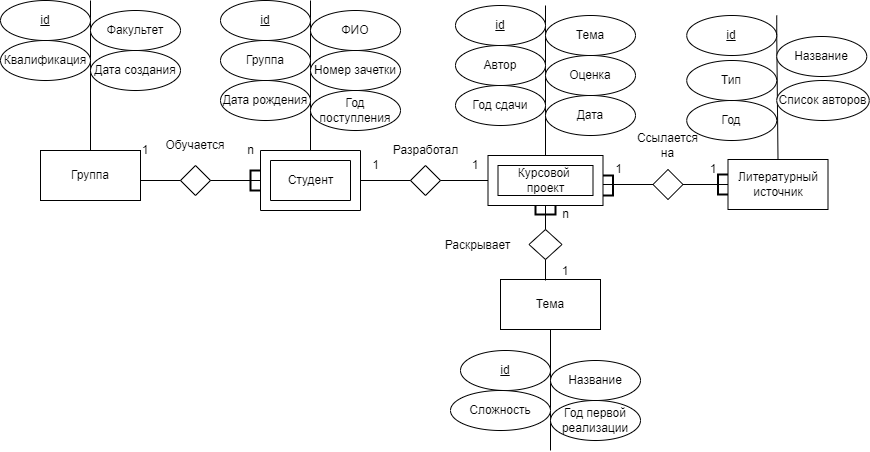
This is tex/img/ER.png from CutNGrap/ics7-db-cw, a draw.io export, as it was before one commit. Source tidied: cells renumbered, new cells last; positions are measured from the earlier drawing's top-left corner, leaving out a move shared by most shapes.
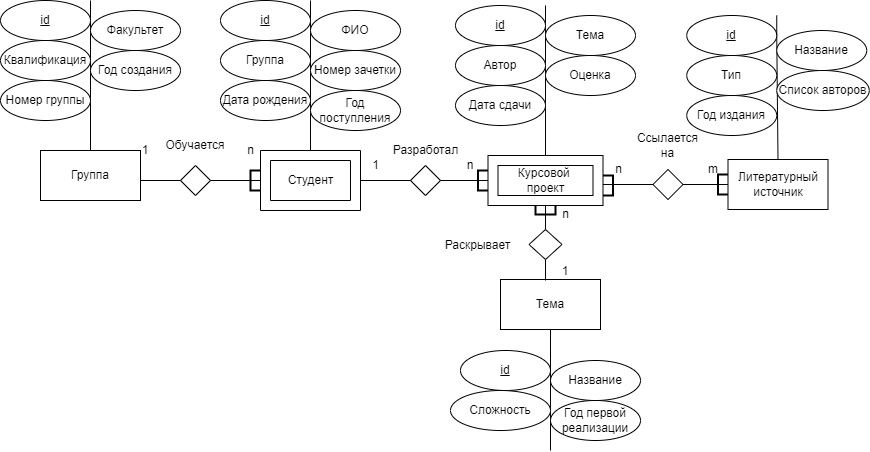
The same file after the commit.

Change to the diagram source:
```diff
@@ -73,8 +73,8 @@
     <mxCell id="22" value="Разработал" style="text;html=1;align=center;verticalAlign=middle;strokeColor=none;fillColor=none;" parent="1" vertex="1">
       <mxGeometry x="380" y="135" width="90" height="30" as="geometry" />
     </mxCell>
-    <mxCell id="23" value="1" style="text;html=1;strokeColor=none;fillColor=none;align=center;verticalAlign=middle;whiteSpace=wrap;rounded=0;" parent="1" vertex="1">
-      <mxGeometry x="460" y="150" width="30" height="30" as="geometry" />
+    <mxCell id="23" value="n" style="text;html=1;strokeColor=none;fillColor=none;align=center;verticalAlign=middle;whiteSpace=wrap;rounded=0;" parent="1" vertex="1">
+      <mxGeometry x="455" y="150" width="30" height="30" as="geometry" />
     </mxCell>
     <mxCell id="24" value="1" style="text;html=1;align=center;verticalAlign=middle;strokeColor=none;fillColor=none;" parent="1" vertex="1">
       <mxGeometry x="360" y="150" width="30" height="30" as="geometry" />
@@ -94,7 +94,7 @@
     <mxCell id="28" value="Квалификация" style="ellipse;whiteSpace=wrap;html=1;" parent="1" vertex="1">
       <mxGeometry y="40" width="90" height="40" as="geometry" />
     </mxCell>
-    <mxCell id="29" value="Дата создания" style="ellipse;whiteSpace=wrap;html=1;" parent="1" vertex="1">
+    <mxCell id="29" value="Год создания" style="ellipse;whiteSpace=wrap;html=1;" parent="1" vertex="1">
       <mxGeometry x="90" y="50" width="90" height="40" as="geometry" />
     </mxCell>
     <mxCell id="30" style="endArrow=none;html=1;rounded=0;entryX=0.5;entryY=0;entryDx=0;entryDy=0;" parent="1" edge="1">
@@ -136,12 +136,9 @@
     <mxCell id="40" value="Оценка" style="ellipse;whiteSpace=wrap;html=1;" parent="1" vertex="1">
       <mxGeometry x="545" y="55" width="90" height="40" as="geometry" />
     </mxCell>
-    <mxCell id="41" value="Год сдачи" style="ellipse;whiteSpace=wrap;html=1;" parent="1" vertex="1">
+    <mxCell id="41" value="Дата сдачи" style="ellipse;whiteSpace=wrap;html=1;" parent="1" vertex="1">
       <mxGeometry x="455" y="85" width="90" height="40" as="geometry" />
     </mxCell>
-    <mxCell id="42" value="Дата" style="ellipse;whiteSpace=wrap;html=1;" parent="1" vertex="1">
-      <mxGeometry x="545" y="95" width="90" height="40" as="geometry" />
-    </mxCell>
     <mxCell id="43" style="endArrow=none;html=1;rounded=0;" parent="1" edge="1">
       <mxGeometry relative="1" as="geometry">
         <mxPoint x="550" y="350" as="sourcePoint" />
@@ -193,13 +190,13 @@
       <mxGeometry x="686.2" y="15" width="90" height="40" as="geometry" />
     </mxCell>
     <mxCell id="57" value="Название" style="ellipse;whiteSpace=wrap;html=1;" parent="1" vertex="1">
-      <mxGeometry x="776.2" y="36" width="90" height="40" as="geometry" />
+      <mxGeometry x="776.2" y="30" width="90" height="40" as="geometry" />
     </mxCell>
     <mxCell id="58" value="Список авторов" style="ellipse;whiteSpace=wrap;html=1;" parent="1" vertex="1">
-      <mxGeometry x="776.2" y="80" width="92.5" height="40" as="geometry" />
+      <mxGeometry x="776.2" y="70" width="92.5" height="40" as="geometry" />
     </mxCell>
-    <mxCell id="59" value="Год" style="ellipse;whiteSpace=wrap;html=1;" parent="1" vertex="1">
-      <mxGeometry x="686.2" y="100" width="90" height="40" as="geometry" />
+    <mxCell id="59" value="Год издания" style="ellipse;whiteSpace=wrap;html=1;" parent="1" vertex="1">
+      <mxGeometry x="686.2" y="95" width="90" height="40" as="geometry" />
     </mxCell>
     <mxCell id="60" style="endArrow=none;html=1;rounded=0;entryX=1;entryY=0.5;entryDx=0;entryDy=0;exitX=0.5;exitY=1;exitDx=0;exitDy=0;" parent="1" edge="1" target="56">
       <mxGeometry relative="1" as="geometry">
@@ -217,10 +214,10 @@
     <mxCell id="63" style="endArrow=none;html=1;rounded=0;exitX=1;exitY=0.5;exitDx=0;exitDy=0;entryX=0;entryY=0.5;entryDx=0;entryDy=0;" parent="1" edge="1" source="61" target="53">
       <mxGeometry relative="1" as="geometry" />
     </mxCell>
-    <mxCell id="64" value="1" style="text;html=1;strokeColor=none;fillColor=none;align=center;verticalAlign=middle;whiteSpace=wrap;rounded=0;" parent="1" vertex="1">
+    <mxCell id="64" value="m" style="text;html=1;strokeColor=none;fillColor=none;align=center;verticalAlign=middle;whiteSpace=wrap;rounded=0;" parent="1" vertex="1">
       <mxGeometry x="697.5" y="154" width="30" height="30" as="geometry" />
     </mxCell>
-    <mxCell id="65" value="1" style="text;html=1;align=center;verticalAlign=middle;strokeColor=none;fillColor=none;" parent="1" vertex="1">
+    <mxCell id="65" value="n" style="text;html=1;align=center;verticalAlign=middle;strokeColor=none;fillColor=none;" parent="1" vertex="1">
       <mxGeometry x="602.5" y="154" width="30" height="30" as="geometry" />
     </mxCell>
     <mxCell id="66" value="Группа" style="text;html=1;align=center;verticalAlign=middle;strokeColor=none;fillColor=none;" parent="1" vertex="1">
@@ -230,7 +227,7 @@
       <mxGeometry x="630" y="130" width="75" height="30" as="geometry" />
     </mxCell>
     <mxCell id="68" value="Тип" style="ellipse;whiteSpace=wrap;html=1;" parent="1" vertex="1">
-      <mxGeometry x="686.2" y="60" width="90" height="40" as="geometry" />
+      <mxGeometry x="686.2" y="55" width="90" height="40" as="geometry" />
     </mxCell>
     <mxCell id="69" style="strokeWidth=2;html=1;shape=mxgraph.flowchart.annotation_1;align=left;rotation=0;" parent="1" vertex="1">
       <mxGeometry x="717.5" y="174" width="10" height="20" as="geometry" />
@@ -241,5 +238,11 @@
     <mxCell id="71" value="Группа" style="rounded=0;whiteSpace=wrap;html=1;" parent="1" vertex="1">
       <mxGeometry x="40" y="150" width="100" height="50" as="geometry" />
     </mxCell>
+    <mxCell id="72" style="strokeWidth=2;html=1;shape=mxgraph.flowchart.annotation_1;align=left;rotation=0;" parent="1" vertex="1">
+      <mxGeometry x="477.5" y="170" width="10" height="20" as="geometry" />
+    </mxCell>
+    <mxCell id="73" value="Номер группы" style="ellipse;whiteSpace=wrap;html=1;" parent="1" vertex="1">
+      <mxGeometry y="80" width="90" height="40" as="geometry" />
+    </mxCell>
   </root>
 </mxGraphModel>
```
